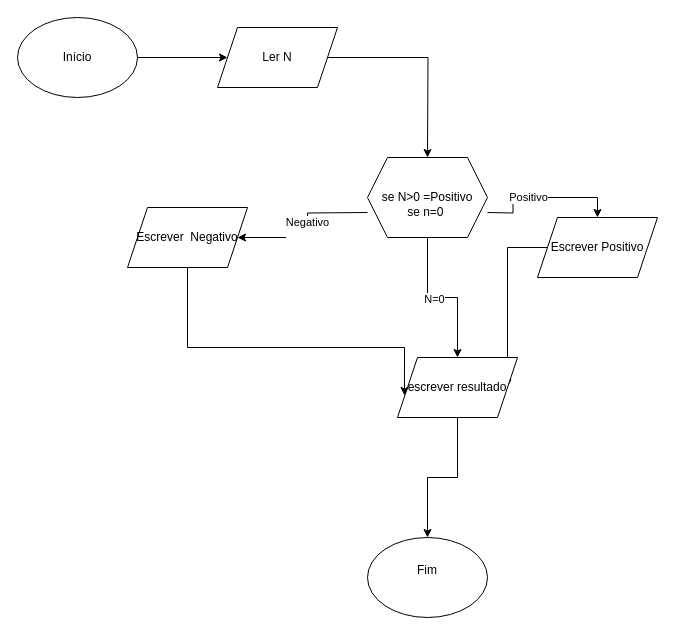
Earlier version of the draw.io diagram FLUXO 7.drawio (Rato0101/Fluxogramas). Source tidied: cells renumbered, new cells numbered last; positions are measured from the earlier drawing's top-left corner, leaving out a move shared by most shapes. Both pictures are drawn from the tidied source at 100%, with x=0, y=0 at pixel (17, 17).
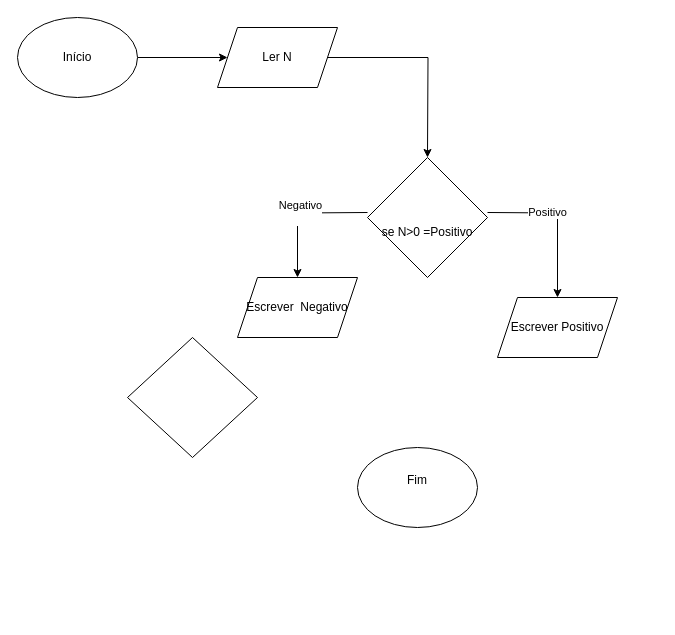
The same page after the edit.

The edit, as a diff of the source:
```diff
@@
     <mxCell id="4" value="Fim&lt;div&gt;&lt;br/&gt;&lt;/div&gt;" style="ellipse;whiteSpace=wrap;html=1;shapeInside=1;" parent="1" vertex="1">
-      <mxGeometry x="350" y="520" width="120" height="80" as="geometry" />
+      <mxGeometry x="340" y="430" width="120" height="80" as="geometry" />
     </mxCell>
@@
     <mxCell id="10" value="Escrever&amp;nbsp; Negativo" style="shape=parallelogram;perimeter=parallelogramPerimeter;whiteSpace=wrap;html=1;shapeInside=1;fixedSize=1;" parent="1" vertex="1">
-      <mxGeometry x="110" y="190" width="120" height="60" as="geometry" />
+      <mxGeometry x="220" y="260" width="120" height="60" as="geometry" />
     </mxCell>
-    <mxCell id="11" style="edgeStyle=orthogonalEdgeStyle;rounded=0;jettySize=auto;html=1;entryX=1;entryY=0.5;entryDx=0;entryDy=0;" parent="1" edge="1" source="12" target="17">
-      <mxGeometry relative="1" as="geometry" />
-    </mxCell>
     <mxCell id="12" value="Escrever Positivo" style="shape=parallelogram;perimeter=parallelogramPerimeter;whiteSpace=wrap;html=1;shapeInside=1;fixedSize=1;" parent="1" vertex="1">
-      <mxGeometry x="520" y="200" width="120" height="60" as="geometry" />
+      <mxGeometry x="480" y="280" width="120" height="60" as="geometry" />
     </mxCell>
-    <mxCell id="13" style="edgeStyle=orthogonalEdgeStyle;rounded=0;jettySize=auto;html=1;entryX=0.5;entryY=0;entryDx=0;entryDy=0;" parent="1" edge="1" source="15" target="17">
-      <mxGeometry relative="1" as="geometry" />
-    </mxCell>
-    <mxCell id="14" value="N=0" style="edgeLabel;html=1;align=center;verticalAlign=middle;" parent="13" vertex="1">
-      <mxGeometry x="-0.12" y="-1" relative="1" as="geometry" />
-    </mxCell>
-    <mxCell id="15" value="&lt;div&gt;&lt;br&gt;&lt;/div&gt;&lt;div&gt;se N&amp;gt;0 =Positivo&lt;/div&gt;&lt;div&gt;se n=0&amp;nbsp;&lt;/div&gt;" style="shape=hexagon;perimeter=hexagonPerimeter2;whiteSpace=wrap;html=1;shapeInside=1;fixedSize=1;" parent="1" vertex="1">
-      <mxGeometry x="350" y="140" width="120" height="80" as="geometry" />
-    </mxCell>
-    <mxCell id="16" style="edgeStyle=orthogonalEdgeStyle;rounded=0;jettySize=auto;html=1;entryX=0.5;entryY=0;entryDx=0;entryDy=0;" parent="1" edge="1" source="17" target="4">
-      <mxGeometry relative="1" as="geometry" />
-    </mxCell>
-    <mxCell id="17" value="escrever resultado" style="shape=parallelogram;perimeter=parallelogramPerimeter;whiteSpace=wrap;html=1;shapeInside=1;fixedSize=1;" parent="1" vertex="1">
-      <mxGeometry x="380" y="340" width="120" height="60" as="geometry" />
-    </mxCell>
-    <mxCell id="18" style="edgeStyle=orthogonalEdgeStyle;rounded=0;jettySize=auto;html=1;entryX=0.058;entryY=0.633;entryDx=0;entryDy=0;entryPerimeter=0;" parent="1" edge="1" source="10" target="17">
-      <mxGeometry relative="1" as="geometry">
-        <Array as="points">
-          <mxPoint x="170" y="330" />
-          <mxPoint x="387" y="330" />
-        </Array>
-      </mxGeometry>
-    </mxCell>
+    <mxCell id="19" value="&lt;div&gt;&lt;br&gt;&lt;/div&gt;&lt;div&gt;&lt;div&gt;&lt;br&gt;&lt;/div&gt;&lt;div&gt;se N&amp;gt;0 =Positivo&lt;/div&gt;&lt;/div&gt;" style="rhombus;whiteSpace=wrap;html=1;shapeInside=1;" parent="1" vertex="1">
+      <mxGeometry x="350" y="140" width="120" height="120" as="geometry" />
+    </mxCell>
+    <mxCell id="20" style="rhombus;whiteSpace=wrap;html=1;shapeInside=1;" parent="1" vertex="1">
+      <mxGeometry x="110" y="320" width="130" height="120" as="geometry" />
+    </mxCell>
```
